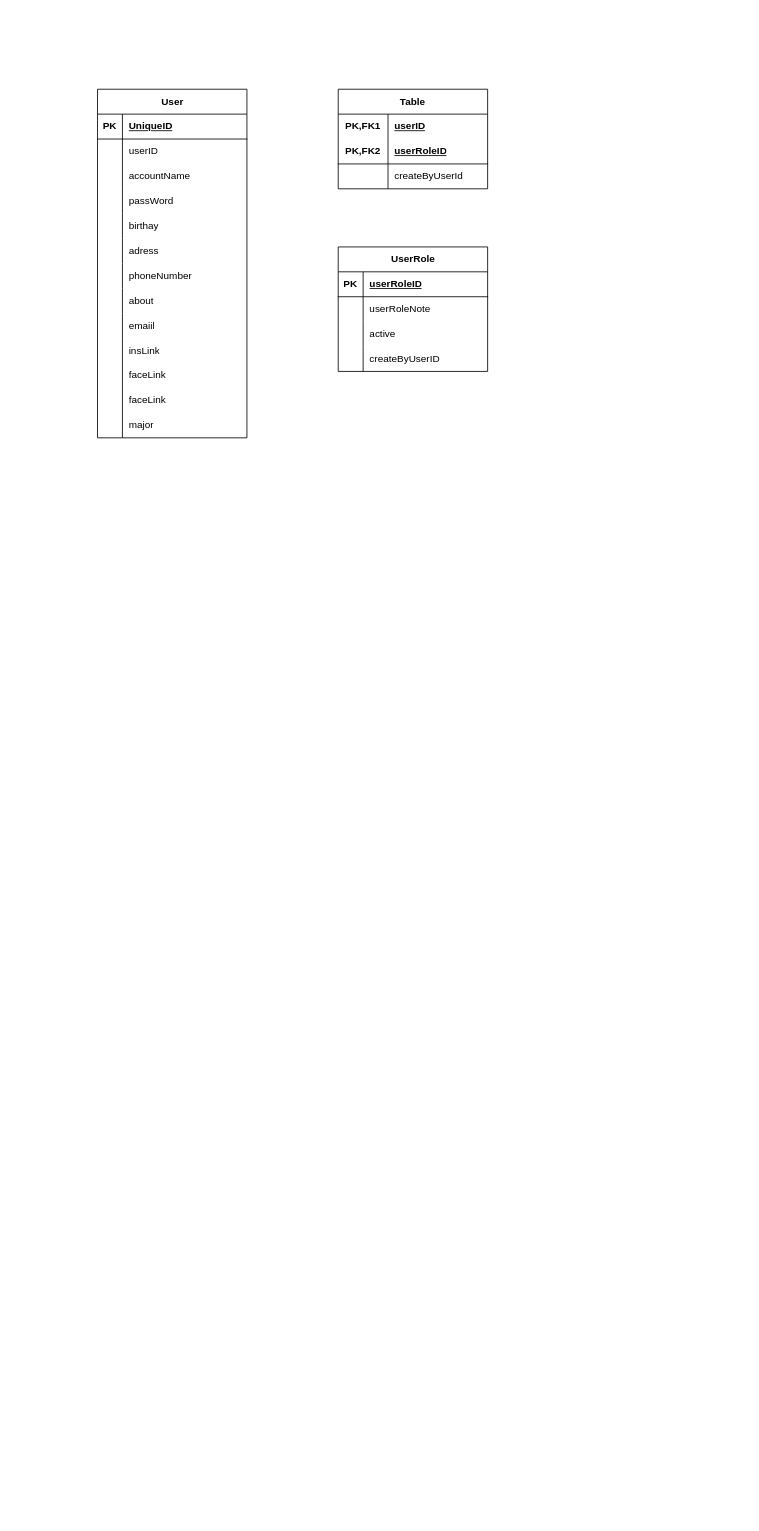
Earlier version of the draw.io diagram Untitled Diagram.drawio (SiZedYi/H32_Blog). Source tidied: cells renumbered, new cells numbered last; positions are measured from the earlier drawing's top-left corner, leaving out a move shared by most shapes. Both pictures are drawn from the tidied source at 83%, with x=0, y=0 at pixel (97, 89).
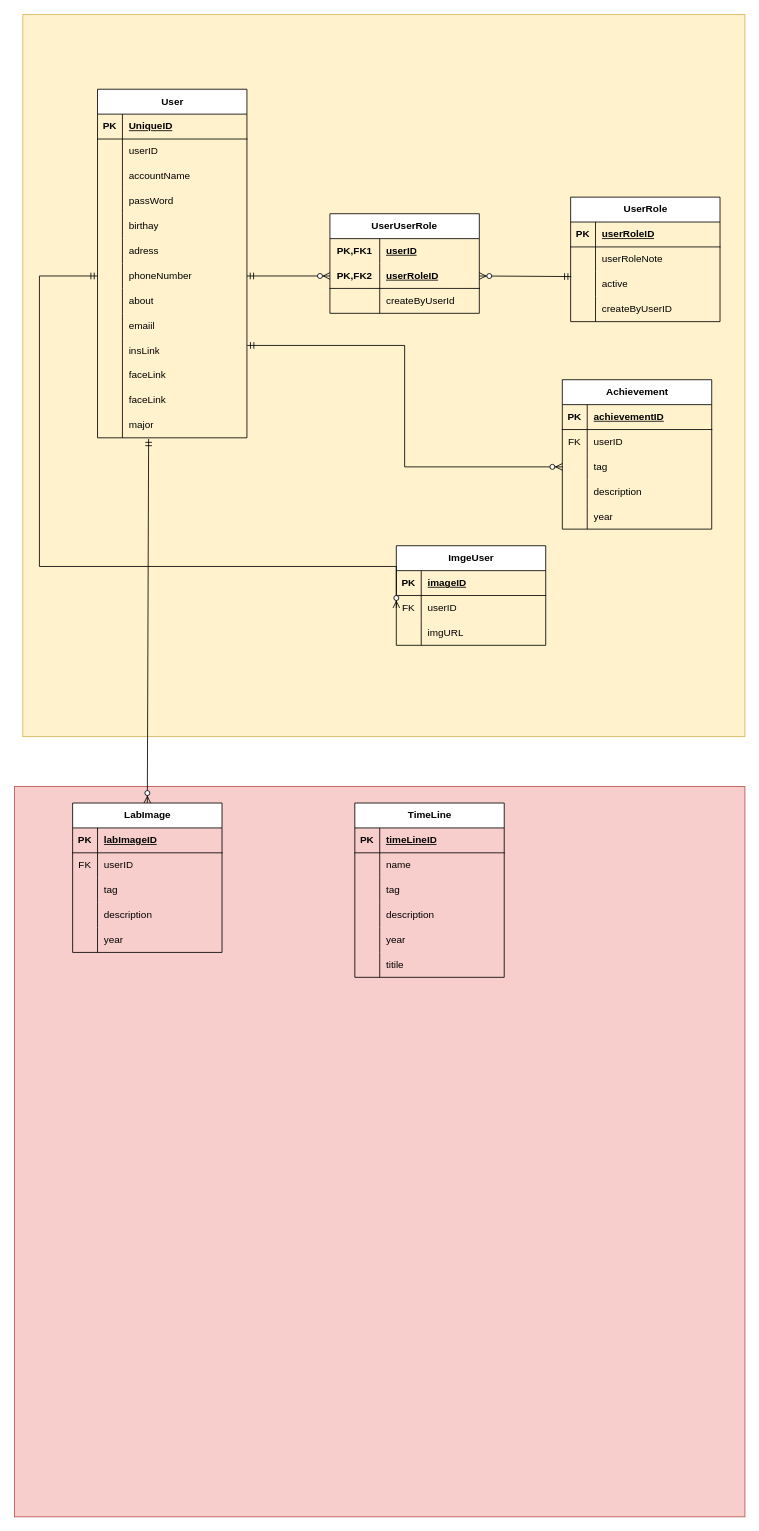
After the change.

Unchanged cells that the change refers to:
```xml
<mxCell id="21" style="shape=tableRow;horizontal=0;startSize=0;swimlaneHead=0;swimlaneBody=0;fillColor=none;points=[[0,0.5],[1,0.5]];portConstraint=eastwest;top=0;left=0;right=0;bottom=0;" parent="2" vertex="1">
  <mxGeometry y="210" width="180" height="30" as="geometry" />
</mxCell>
<mxCell id="30" style="shape=tableRow;horizontal=0;startSize=0;swimlaneHead=0;swimlaneBody=0;fillColor=none;points=[[0,0.5],[1,0.5]];portConstraint=eastwest;top=0;left=0;right=0;bottom=0;" parent="2" vertex="1">
  <mxGeometry y="300" width="180" height="30" as="geometry" />
</mxCell>
<mxCell id="39" style="shape=tableRow;horizontal=0;startSize=0;swimlaneHead=0;swimlaneBody=0;fillColor=none;points=[[0,0.5],[1,0.5]];portConstraint=eastwest;top=0;left=0;right=0;bottom=0;" parent="2" vertex="1">
  <mxGeometry y="390" width="180" height="30" as="geometry" />
</mxCell>
<mxCell id="46" style="shape=tableRow;horizontal=0;startSize=0;swimlaneHead=0;swimlaneBody=0;fillColor=none;points=[[0,0.5],[1,0.5]];portConstraint=eastwest;top=0;left=0;right=0;bottom=1;html=1;" parent="42" vertex="1">
  <mxGeometry y="60" width="180" height="30" as="geometry" />
</mxCell>
<mxCell id="59" style="shape=tableRow;horizontal=0;startSize=0;swimlaneHead=0;swimlaneBody=0;fillColor=none;points=[[0,0.5],[1,0.5]];portConstraint=eastwest;top=0;left=0;right=0;bottom=0;" parent="52" vertex="1">
  <mxGeometry y="90" width="180" height="30" as="geometry" />
</mxCell>
```

The edit, as a diff of the source:
```diff
@@
+    <mxCell id="65" style="whiteSpace=wrap;html=1;fillColor=#f8cecc;strokeColor=#b85450;" parent="1" vertex="1">
+      <mxGeometry x="-100" y="840" width="880" height="880" as="geometry" />
+    </mxCell>
+    <mxCell id="66" style="whiteSpace=wrap;html=1;fillColor=#fff2cc;strokeColor=#d6b656;" parent="1" vertex="1">
+      <mxGeometry x="-90" y="-90" width="870" height="870" as="geometry" />
+    </mxCell>
@@
-    <mxCell id="42" value="Table" style="shape=table;startSize=30;childLayout=tableLayout;rowLines=0;fontStyle=1;align=center;html=1;whiteSpace=wrap;" parent="1" vertex="1">
-      <mxGeometry x="290" width="180" height="120" as="geometry" />
+    <mxCell id="42" value="UserUserRole" style="shape=table;startSize=30;childLayout=tableLayout;rowLines=0;fontStyle=1;align=center;html=1;whiteSpace=wrap;" parent="1" vertex="1">
+      <mxGeometry x="280" y="150" width="180" height="120" as="geometry" />
     </mxCell>
@@
     <mxCell id="52" value="UserRole" style="shape=table;startSize=30;childLayout=tableLayout;rowLines=0;fontStyle=1;align=center;html=1;" parent="1" vertex="1">
-      <mxGeometry x="290" y="190" width="180" height="150" as="geometry" />
+      <mxGeometry x="570" y="130" width="180" height="150" as="geometry" />
     </mxCell>
@@
+    <mxCell id="67" value="ImgeUser" style="shape=table;startSize=30;childLayout=tableLayout;rowLines=0;fontStyle=1;align=center;html=1;" parent="1" vertex="1">
+      <mxGeometry x="360" y="550" width="180" height="120" as="geometry" />
+    </mxCell>
+    <mxCell id="68" style="shape=tableRow;horizontal=0;startSize=0;swimlaneHead=0;swimlaneBody=0;fillColor=none;top=0;left=0;right=0;bottom=1;" parent="67" vertex="1">
+      <mxGeometry y="30" width="180" height="30" as="geometry" />
+    </mxCell>
+    <mxCell id="69" value="PK" style="shape=partialRectangle;fillColor=none;top=0;left=0;bottom=0;right=0;fontStyle=1;overflow=hidden;whiteSpace=wrap;html=1;" parent="68" vertex="1">
+      <mxGeometry width="30" height="30" as="geometry" />
+    </mxCell>
+    <mxCell id="70" value="imageID" style="shape=partialRectangle;fillColor=none;top=0;left=0;bottom=0;right=0;align=left;spacingLeft=6;fontStyle=5;overflow=hidden;whiteSpace=wrap;html=1;" parent="68" vertex="1">
+      <mxGeometry x="30" width="150" height="30" as="geometry" />
+    </mxCell>
+    <mxCell id="71" style="shape=tableRow;horizontal=0;startSize=0;swimlaneHead=0;swimlaneBody=0;fillColor=none;points=[[0,0.5],[1,0.5]];portConstraint=eastwest;top=0;left=0;right=0;bottom=0;" parent="67" vertex="1">
+      <mxGeometry y="60" width="180" height="30" as="geometry" />
+    </mxCell>
+    <mxCell id="72" value="FK" style="shape=partialRectangle;fillColor=none;top=0;left=0;bottom=0;right=0;overflow=hidden;whiteSpace=wrap;html=1;" parent="71" vertex="1">
+      <mxGeometry width="30" height="30" as="geometry" />
+    </mxCell>
+    <mxCell id="73" value="userID" style="shape=partialRectangle;fillColor=none;top=0;left=0;bottom=0;right=0;align=left;spacingLeft=6;overflow=hidden;whiteSpace=wrap;html=1;" parent="71" vertex="1">
+      <mxGeometry x="30" width="150" height="30" as="geometry" />
+    </mxCell>
+    <mxCell id="74" style="shape=tableRow;horizontal=0;startSize=0;swimlaneHead=0;swimlaneBody=0;fillColor=none;top=0;left=0;right=0;bottom=0;" parent="67" vertex="1">
+      <mxGeometry y="90" width="180" height="30" as="geometry" />
+    </mxCell>
+    <mxCell id="75" style="shape=partialRectangle;fillColor=none;top=0;left=0;bottom=0;right=0;overflow=hidden;whiteSpace=wrap;html=1;" parent="74" vertex="1">
+      <mxGeometry width="30" height="30" as="geometry" />
+    </mxCell>
+    <mxCell id="76" value="imgURL" style="shape=partialRectangle;fillColor=none;top=0;left=0;bottom=0;right=0;align=left;spacingLeft=6;overflow=hidden;whiteSpace=wrap;html=1;" parent="74" vertex="1">
+      <mxGeometry x="30" width="150" height="30" as="geometry" />
+    </mxCell>
+    <mxCell id="77" value="Achievement" style="shape=table;startSize=30;childLayout=tableLayout;rowLines=0;fontStyle=1;align=center;html=1;" parent="1" vertex="1">
+      <mxGeometry x="560" y="350" width="180" height="180" as="geometry" />
+    </mxCell>
+    <mxCell id="78" style="shape=tableRow;horizontal=0;startSize=0;swimlaneHead=0;swimlaneBody=0;fillColor=none;top=0;left=0;right=0;bottom=1;" parent="77" vertex="1">
+      <mxGeometry y="30" width="180" height="30" as="geometry" />
+    </mxCell>
+    <mxCell id="79" value="PK" style="shape=partialRectangle;fillColor=none;top=0;left=0;bottom=0;right=0;fontStyle=1;overflow=hidden;whiteSpace=wrap;html=1;" parent="78" vertex="1">
+      <mxGeometry width="30" height="30" as="geometry" />
+    </mxCell>
+    <mxCell id="80" value="achievementID" style="shape=partialRectangle;fillColor=none;top=0;left=0;bottom=0;right=0;align=left;spacingLeft=6;fontStyle=5;overflow=hidden;whiteSpace=wrap;html=1;" parent="78" vertex="1">
+      <mxGeometry x="30" width="150" height="30" as="geometry" />
+    </mxCell>
+    <mxCell id="81" style="shape=tableRow;horizontal=0;startSize=0;swimlaneHead=0;swimlaneBody=0;fillColor=none;top=0;left=0;right=0;bottom=0;" parent="77" vertex="1">
+      <mxGeometry y="60" width="180" height="30" as="geometry" />
+    </mxCell>
+    <mxCell id="82" value="FK" style="shape=partialRectangle;fillColor=none;top=0;left=0;bottom=0;right=0;overflow=hidden;whiteSpace=wrap;html=1;" parent="81" vertex="1">
+      <mxGeometry width="30" height="30" as="geometry" />
+    </mxCell>
+    <mxCell id="83" value="userID" style="shape=partialRectangle;fillColor=none;top=0;left=0;bottom=0;right=0;align=left;spacingLeft=6;overflow=hidden;whiteSpace=wrap;html=1;" parent="81" vertex="1">
+      <mxGeometry x="30" width="150" height="30" as="geometry" />
+    </mxCell>
+    <mxCell id="84" style="shape=tableRow;horizontal=0;startSize=0;swimlaneHead=0;swimlaneBody=0;fillColor=none;points=[[0,0.5],[1,0.5]];portConstraint=eastwest;top=0;left=0;right=0;bottom=0;" parent="77" vertex="1">
+      <mxGeometry y="90" width="180" height="30" as="geometry" />
+    </mxCell>
+    <mxCell id="85" style="shape=partialRectangle;fillColor=none;top=0;left=0;bottom=0;right=0;overflow=hidden;whiteSpace=wrap;html=1;" parent="84" vertex="1">
+      <mxGeometry width="30" height="30" as="geometry" />
+    </mxCell>
+    <mxCell id="86" value="tag" style="shape=partialRectangle;fillColor=none;top=0;left=0;bottom=0;right=0;align=left;spacingLeft=6;overflow=hidden;whiteSpace=wrap;html=1;" parent="84" vertex="1">
+      <mxGeometry x="30" width="150" height="30" as="geometry" />
+    </mxCell>
+    <mxCell id="87" style="shape=tableRow;horizontal=0;startSize=0;swimlaneHead=0;swimlaneBody=0;fillColor=none;top=0;left=0;right=0;bottom=0;" parent="77" vertex="1">
+      <mxGeometry y="120" width="180" height="30" as="geometry" />
+    </mxCell>
+    <mxCell id="88" style="shape=partialRectangle;fillColor=none;top=0;left=0;bottom=0;right=0;overflow=hidden;whiteSpace=wrap;html=1;" parent="87" vertex="1">
+      <mxGeometry width="30" height="30" as="geometry" />
+    </mxCell>
+    <mxCell id="89" value="description" style="shape=partialRectangle;fillColor=none;top=0;left=0;bottom=0;right=0;align=left;spacingLeft=6;overflow=hidden;whiteSpace=wrap;html=1;" parent="87" vertex="1">
+      <mxGeometry x="30" width="150" height="30" as="geometry" />
+    </mxCell>
+    <mxCell id="90" style="shape=tableRow;horizontal=0;startSize=0;swimlaneHead=0;swimlaneBody=0;fillColor=none;top=0;left=0;right=0;bottom=0;" parent="77" vertex="1">
+      <mxGeometry y="150" width="180" height="30" as="geometry" />
+    </mxCell>
+    <mxCell id="91" style="shape=partialRectangle;fillColor=none;top=0;left=0;bottom=0;right=0;overflow=hidden;whiteSpace=wrap;html=1;" parent="90" vertex="1">
+      <mxGeometry width="30" height="30" as="geometry" />
+    </mxCell>
+    <mxCell id="92" value="year" style="shape=partialRectangle;fillColor=none;top=0;left=0;bottom=0;right=0;align=left;spacingLeft=6;overflow=hidden;whiteSpace=wrap;html=1;" parent="90" vertex="1">
+      <mxGeometry x="30" width="150" height="30" as="geometry" />
+    </mxCell>
+    <mxCell id="93" style="edgeStyle=orthogonalEdgeStyle;fontSize=12;html=1;endArrow=ERzeroToMany;startArrow=ERmandOne;rounded=0;entryX=0;entryY=0.5;entryDx=0;entryDy=0;exitX=1.002;exitY=0.29;exitDx=0;exitDy=0;exitPerimeter=0;" parent="1" edge="1" source="30" target="84">
+      <mxGeometry relative="1" as="geometry" />
+    </mxCell>
+    <mxCell id="94" style="fontSize=12;html=1;endArrow=ERzeroToMany;startArrow=ERmandOne;rounded=0;exitX=1;exitY=0.5;exitDx=0;exitDy=0;" parent="1" edge="1" source="21" target="46">
+      <mxGeometry relative="1" as="geometry" />
+    </mxCell>
+    <mxCell id="95" style="fontSize=12;html=1;endArrow=ERzeroToMany;startArrow=ERmandOne;rounded=0;exitX=0.004;exitY=0.19;exitDx=0;exitDy=0;exitPerimeter=0;entryX=1;entryY=0.5;entryDx=0;entryDy=0;" parent="1" edge="1" source="59" target="46">
+      <mxGeometry relative="1" as="geometry" />
+    </mxCell>
+    <mxCell id="96" style="edgeStyle=orthogonalEdgeStyle;fontSize=12;html=1;endArrow=ERzeroToMany;startArrow=ERmandOne;rounded=0;exitX=0;exitY=0.5;exitDx=0;exitDy=0;entryX=0;entryY=0.5;entryDx=0;entryDy=0;" parent="1" edge="1" source="21" target="71">
+      <mxGeometry relative="1" as="geometry">
+        <Array as="points">
+          <mxPoint x="-70" y="225" />
+          <mxPoint x="-70" y="575" />
+        </Array>
+      </mxGeometry>
+    </mxCell>
+    <mxCell id="97" value="LabImage" style="shape=table;startSize=30;childLayout=tableLayout;rowLines=0;fontStyle=1;align=center;html=1;" parent="1" vertex="1">
+      <mxGeometry x="-30" y="860" width="180" height="180" as="geometry" />
+    </mxCell>
+    <mxCell id="98" style="shape=tableRow;horizontal=0;startSize=0;swimlaneHead=0;swimlaneBody=0;fillColor=none;top=0;left=0;right=0;bottom=1;" parent="97" vertex="1">
+      <mxGeometry y="30" width="180" height="30" as="geometry" />
+    </mxCell>
+    <mxCell id="99" value="PK" style="shape=partialRectangle;fillColor=none;top=0;left=0;bottom=0;right=0;fontStyle=1;overflow=hidden;whiteSpace=wrap;html=1;" parent="98" vertex="1">
+      <mxGeometry width="30" height="30" as="geometry" />
+    </mxCell>
+    <mxCell id="100" value="labImageID" style="shape=partialRectangle;fillColor=none;top=0;left=0;bottom=0;right=0;align=left;spacingLeft=6;fontStyle=5;overflow=hidden;whiteSpace=wrap;html=1;" parent="98" vertex="1">
+      <mxGeometry x="30" width="150" height="30" as="geometry" />
+    </mxCell>
+    <mxCell id="101" style="shape=tableRow;horizontal=0;startSize=0;swimlaneHead=0;swimlaneBody=0;fillColor=none;top=0;left=0;right=0;bottom=0;" parent="97" vertex="1">
+      <mxGeometry y="60" width="180" height="30" as="geometry" />
+    </mxCell>
+    <mxCell id="102" value="FK" style="shape=partialRectangle;fillColor=none;top=0;left=0;bottom=0;right=0;overflow=hidden;whiteSpace=wrap;html=1;" parent="101" vertex="1">
+      <mxGeometry width="30" height="30" as="geometry" />
+    </mxCell>
+    <mxCell id="103" value="userID" style="shape=partialRectangle;fillColor=none;top=0;left=0;bottom=0;right=0;align=left;spacingLeft=6;overflow=hidden;whiteSpace=wrap;html=1;" parent="101" vertex="1">
+      <mxGeometry x="30" width="150" height="30" as="geometry" />
+    </mxCell>
+    <mxCell id="104" style="shape=tableRow;horizontal=0;startSize=0;swimlaneHead=0;swimlaneBody=0;fillColor=none;top=0;left=0;right=0;bottom=0;" parent="97" vertex="1">
+      <mxGeometry y="90" width="180" height="30" as="geometry" />
+    </mxCell>
+    <mxCell id="105" style="shape=partialRectangle;fillColor=none;top=0;left=0;bottom=0;right=0;overflow=hidden;whiteSpace=wrap;html=1;" parent="104" vertex="1">
+      <mxGeometry width="30" height="30" as="geometry" />
+    </mxCell>
+    <mxCell id="106" value="tag" style="shape=partialRectangle;fillColor=none;top=0;left=0;bottom=0;right=0;align=left;spacingLeft=6;overflow=hidden;whiteSpace=wrap;html=1;" parent="104" vertex="1">
+      <mxGeometry x="30" width="150" height="30" as="geometry" />
+    </mxCell>
+    <mxCell id="107" style="shape=tableRow;horizontal=0;startSize=0;swimlaneHead=0;swimlaneBody=0;fillColor=none;top=0;left=0;right=0;bottom=0;" parent="97" vertex="1">
+      <mxGeometry y="120" width="180" height="30" as="geometry" />
+    </mxCell>
+    <mxCell id="108" style="shape=partialRectangle;fillColor=none;top=0;left=0;bottom=0;right=0;overflow=hidden;whiteSpace=wrap;html=1;" parent="107" vertex="1">
+      <mxGeometry width="30" height="30" as="geometry" />
+    </mxCell>
+    <mxCell id="109" value="description" style="shape=partialRectangle;fillColor=none;top=0;left=0;bottom=0;right=0;align=left;spacingLeft=6;overflow=hidden;whiteSpace=wrap;html=1;" parent="107" vertex="1">
+      <mxGeometry x="30" width="150" height="30" as="geometry" />
+    </mxCell>
+    <mxCell id="110" style="shape=tableRow;horizontal=0;startSize=0;swimlaneHead=0;swimlaneBody=0;fillColor=none;top=0;left=0;right=0;bottom=0;" parent="97" vertex="1">
+      <mxGeometry y="150" width="180" height="30" as="geometry" />
+    </mxCell>
+    <mxCell id="111" style="shape=partialRectangle;fillColor=none;top=0;left=0;bottom=0;right=0;overflow=hidden;whiteSpace=wrap;html=1;" parent="110" vertex="1">
+      <mxGeometry width="30" height="30" as="geometry" />
+    </mxCell>
+    <mxCell id="112" value="year" style="shape=partialRectangle;fillColor=none;top=0;left=0;bottom=0;right=0;align=left;spacingLeft=6;overflow=hidden;whiteSpace=wrap;html=1;" parent="110" vertex="1">
+      <mxGeometry x="30" width="150" height="30" as="geometry" />
+    </mxCell>
+    <mxCell id="113" style="fontSize=12;html=1;endArrow=ERzeroToMany;startArrow=ERmandOne;rounded=0;entryX=0.5;entryY=0;entryDx=0;entryDy=0;exitX=0.342;exitY=1.048;exitDx=0;exitDy=0;exitPerimeter=0;" parent="1" edge="1" source="39" target="97">
+      <mxGeometry relative="1" as="geometry" />
+    </mxCell>
+    <mxCell id="114" value="TimeLine" style="shape=table;startSize=30;childLayout=tableLayout;rowLines=0;fontStyle=1;align=center;html=1;" parent="1" vertex="1">
+      <mxGeometry x="310" y="860" width="180" height="210" as="geometry" />
+    </mxCell>
+    <mxCell id="115" style="shape=tableRow;horizontal=0;startSize=0;swimlaneHead=0;swimlaneBody=0;fillColor=none;top=0;left=0;right=0;bottom=1;" parent="114" vertex="1">
+      <mxGeometry y="30" width="180" height="30" as="geometry" />
+    </mxCell>
+    <mxCell id="116" value="PK" style="shape=partialRectangle;fillColor=none;top=0;left=0;bottom=0;right=0;fontStyle=1;overflow=hidden;whiteSpace=wrap;html=1;" parent="115" vertex="1">
+      <mxGeometry width="30" height="30" as="geometry" />
+    </mxCell>
+    <mxCell id="117" value="timeLineID" style="shape=partialRectangle;fillColor=none;top=0;left=0;bottom=0;right=0;align=left;spacingLeft=6;fontStyle=5;overflow=hidden;whiteSpace=wrap;html=1;" parent="115" vertex="1">
+      <mxGeometry x="30" width="150" height="30" as="geometry" />
+    </mxCell>
+    <mxCell id="118" style="shape=tableRow;horizontal=0;startSize=0;swimlaneHead=0;swimlaneBody=0;fillColor=none;top=0;left=0;right=0;bottom=0;" parent="114" vertex="1">
+      <mxGeometry y="60" width="180" height="30" as="geometry" />
+    </mxCell>
+    <mxCell id="119" style="shape=partialRectangle;fillColor=none;top=0;left=0;bottom=0;right=0;overflow=hidden;whiteSpace=wrap;html=1;" parent="118" vertex="1">
+      <mxGeometry width="30" height="30" as="geometry" />
+    </mxCell>
+    <mxCell id="120" value="name" style="shape=partialRectangle;fillColor=none;top=0;left=0;bottom=0;right=0;align=left;spacingLeft=6;overflow=hidden;whiteSpace=wrap;html=1;" parent="118" vertex="1">
+      <mxGeometry x="30" width="150" height="30" as="geometry" />
+    </mxCell>
+    <mxCell id="121" style="shape=tableRow;horizontal=0;startSize=0;swimlaneHead=0;swimlaneBody=0;fillColor=none;top=0;left=0;right=0;bottom=0;" parent="114" vertex="1">
+      <mxGeometry y="90" width="180" height="30" as="geometry" />
+    </mxCell>
+    <mxCell id="122" style="shape=partialRectangle;fillColor=none;top=0;left=0;bottom=0;right=0;overflow=hidden;whiteSpace=wrap;html=1;" parent="121" vertex="1">
+      <mxGeometry width="30" height="30" as="geometry" />
+    </mxCell>
+    <mxCell id="123" value="tag" style="shape=partialRectangle;fillColor=none;top=0;left=0;bottom=0;right=0;align=left;spacingLeft=6;overflow=hidden;whiteSpace=wrap;html=1;" parent="121" vertex="1">
+      <mxGeometry x="30" width="150" height="30" as="geometry" />
+    </mxCell>
+    <mxCell id="124" style="shape=tableRow;horizontal=0;startSize=0;swimlaneHead=0;swimlaneBody=0;fillColor=none;top=0;left=0;right=0;bottom=0;" parent="114" vertex="1">
+      <mxGeometry y="120" width="180" height="30" as="geometry" />
+    </mxCell>
+    <mxCell id="125" style="shape=partialRectangle;fillColor=none;top=0;left=0;bottom=0;right=0;overflow=hidden;whiteSpace=wrap;html=1;" parent="124" vertex="1">
+      <mxGeometry width="30" height="30" as="geometry" />
+    </mxCell>
+    <mxCell id="126" value="description" style="shape=partialRectangle;fillColor=none;top=0;left=0;bottom=0;right=0;align=left;spacingLeft=6;overflow=hidden;whiteSpace=wrap;html=1;" parent="124" vertex="1">
+      <mxGeometry x="30" width="150" height="30" as="geometry" />
+    </mxCell>
+    <mxCell id="127" style="shape=tableRow;horizontal=0;startSize=0;swimlaneHead=0;swimlaneBody=0;fillColor=none;top=0;left=0;right=0;bottom=0;" parent="114" vertex="1">
+      <mxGeometry y="150" width="180" height="30" as="geometry" />
+    </mxCell>
+    <mxCell id="128" style="shape=partialRectangle;fillColor=none;top=0;left=0;bottom=0;right=0;overflow=hidden;whiteSpace=wrap;html=1;" parent="127" vertex="1">
+      <mxGeometry width="30" height="30" as="geometry" />
+    </mxCell>
+    <mxCell id="129" value="year&lt;br&gt;" style="shape=partialRectangle;fillColor=none;top=0;left=0;bottom=0;right=0;align=left;spacingLeft=6;overflow=hidden;whiteSpace=wrap;html=1;" parent="127" vertex="1">
+      <mxGeometry x="30" width="150" height="30" as="geometry" />
+    </mxCell>
+    <mxCell id="130" style="shape=tableRow;horizontal=0;startSize=0;swimlaneHead=0;swimlaneBody=0;fillColor=none;top=0;left=0;right=0;bottom=0;" parent="114" vertex="1">
+      <mxGeometry y="180" width="180" height="30" as="geometry" />
+    </mxCell>
+    <mxCell id="131" style="shape=partialRectangle;fillColor=none;top=0;left=0;bottom=0;right=0;overflow=hidden;whiteSpace=wrap;html=1;" parent="130" vertex="1">
+      <mxGeometry width="30" height="30" as="geometry" />
+    </mxCell>
+    <mxCell id="132" value="titile" style="shape=partialRectangle;fillColor=none;top=0;left=0;bottom=0;right=0;align=left;spacingLeft=6;overflow=hidden;whiteSpace=wrap;html=1;" parent="130" vertex="1">
+      <mxGeometry x="30" width="150" height="30" as="geometry" />
+    </mxCell>
```
